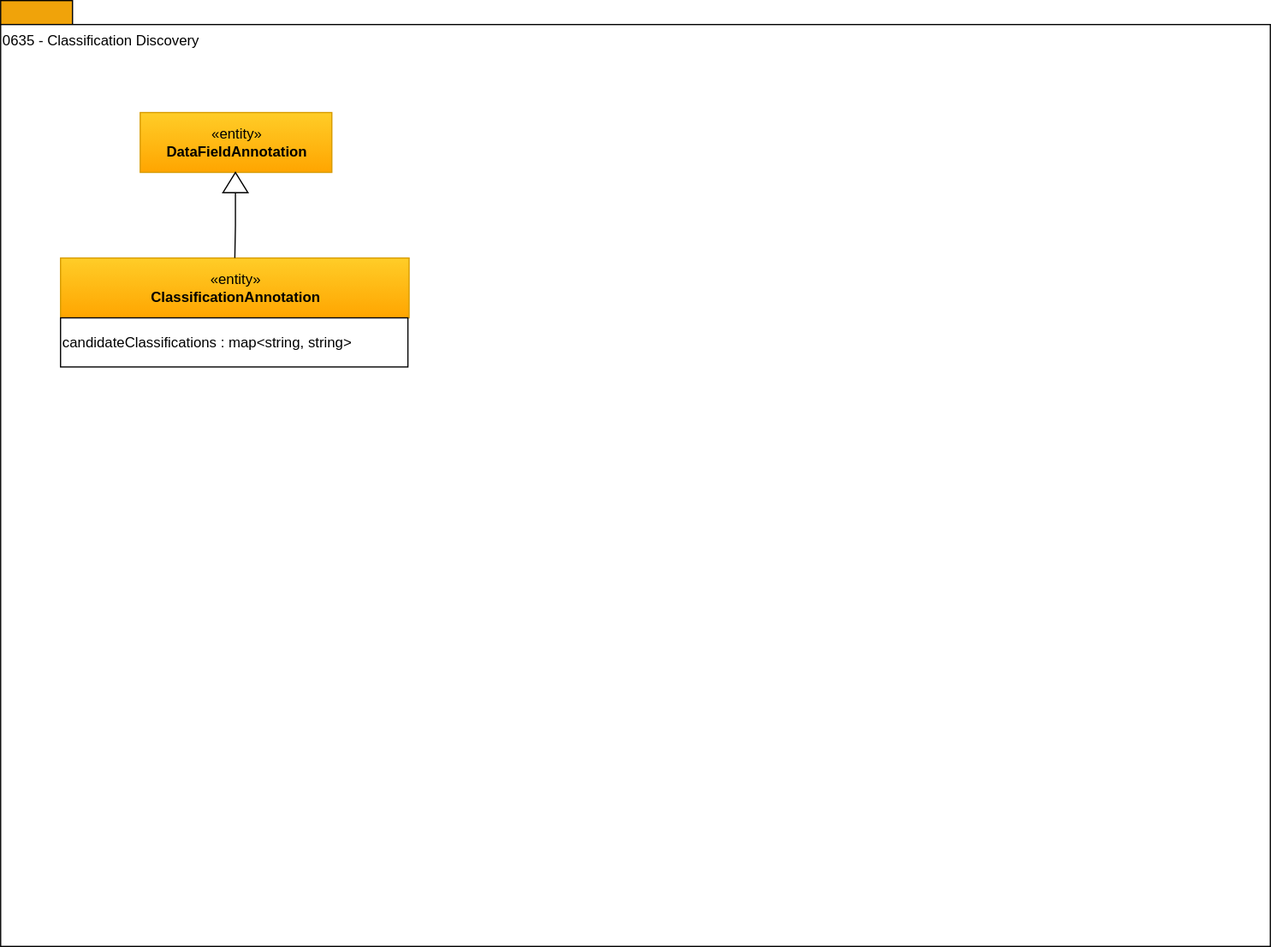
Earlier version of the draw.io export site/docs/types/6/0635-Classification-Discovery.svg (odpi/egeria-docs). Source tidied: cells renumbered, new cells last; positions are measured from the earlier drawing's top-left corner, leaving out a move shared by most shapes.
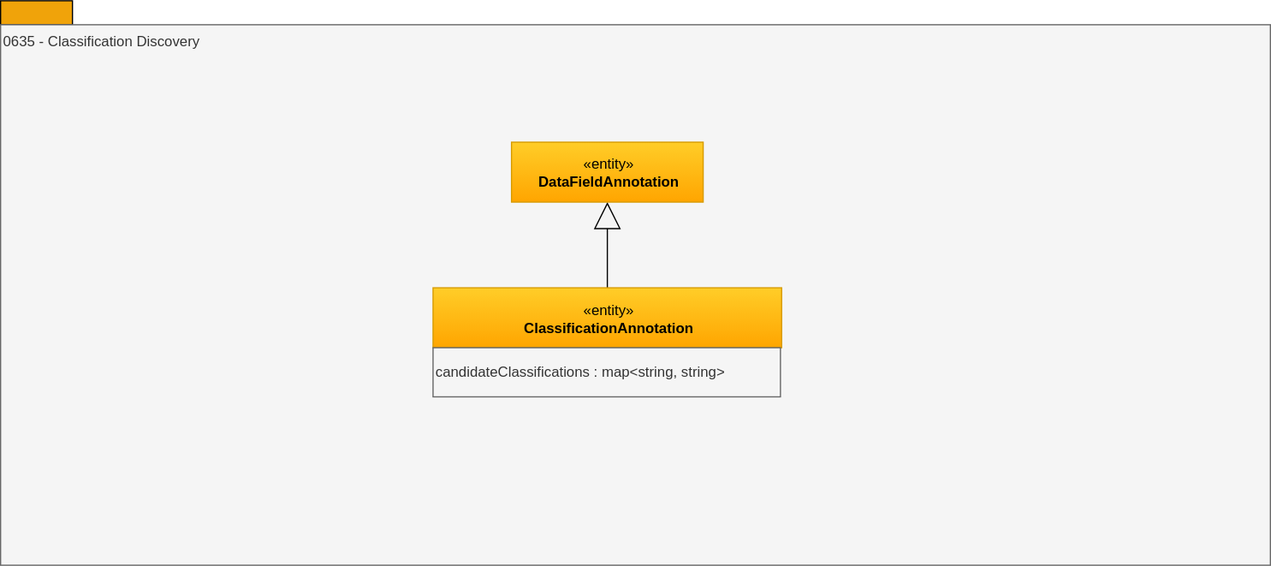
The same file after the commit.

Diff of the diagram source:
```diff
@@ -5,23 +5,20 @@
     <mxCell id="2" style="rounded=0;whiteSpace=wrap;html=1;align=left;fillColor=#f0a30a;strokeColor=#000000;fontColor=#ffffff;" parent="1" vertex="1">
       <mxGeometry width="60" height="20" as="geometry" />
     </mxCell>
-    <mxCell id="3" value="0635 - Classification Discovery" style="rounded=0;whiteSpace=wrap;html=1;align=left;verticalAlign=top;" parent="1" vertex="1">
-      <mxGeometry y="20" width="1060" height="770" as="geometry" />
+    <mxCell id="3" value="0635 - Classification Discovery" style="rounded=0;whiteSpace=wrap;html=1;align=left;verticalAlign=top;fillColor=#f5f5f5;fontColor=#333333;strokeColor=#666666;" parent="1" vertex="1">
+      <mxGeometry y="20" width="1060" height="451" as="geometry" />
     </mxCell>
-    <mxCell id="4" value="«entity»&lt;br&gt;&lt;b&gt;ClassificationAnnotation&lt;/b&gt;" style="html=1;strokeColor=#d79b00;align=center;fillColor=#ffcd28;gradientColor=#ffa500;" parent="1" vertex="1">
-      <mxGeometry x="50" y="215" width="291" height="50" as="geometry" />
+    <mxCell id="4" style="edgeStyle=orthogonalEdgeStyle;rounded=0;jettySize=auto;html=1;exitX=0.5;exitY=0;exitDx=0;exitDy=0;entryX=0.5;entryY=1;entryDx=0;entryDy=0;endArrow=block;endFill=0;endSize=20;" parent="1" edge="1" source="5" target="7">
+      <mxGeometry relative="1" as="geometry" />
     </mxCell>
-    <mxCell id="5" value="candidateClassifications : map&amp;lt;string, string&amp;gt;&lt;br&gt;" style="rounded=0;whiteSpace=wrap;html=1;strokeColor=#000000;gradientColor=#ffffff;align=left;" parent="1" vertex="1">
-      <mxGeometry x="50" y="265" width="290" height="41" as="geometry" />
+    <mxCell id="5" value="«entity»&lt;br&gt;&lt;b&gt;ClassificationAnnotation&lt;/b&gt;" style="html=1;strokeColor=#d79b00;align=center;fillColor=#ffcd28;gradientColor=#ffa500;" parent="1" vertex="1">
+      <mxGeometry x="361" y="239.5" width="291" height="50" as="geometry" />
     </mxCell>
-    <mxCell id="6" style="edgeStyle=orthogonalEdgeStyle;rounded=0;html=1;endArrow=none;endFill=0;jettySize=auto;exitX=0;exitY=0.5;" parent="1" edge="1" source="8" target="4">
-      <mxGeometry relative="1" as="geometry" />
+    <mxCell id="6" value="candidateClassifications : map&amp;lt;string, string&amp;gt;&lt;br&gt;" style="rounded=0;whiteSpace=wrap;html=1;strokeColor=#666666;align=left;fillColor=#f5f5f5;fontColor=#333333;" parent="1" vertex="1">
+      <mxGeometry x="361" y="289.5" width="290" height="41" as="geometry" />
     </mxCell>
     <mxCell id="7" value="«entity»&lt;br&gt;&lt;b&gt;DataFieldAnnotation&lt;/b&gt;" style="html=1;strokeColor=#d79b00;align=center;fillColor=#ffcd28;gradientColor=#ffa500;" parent="1" vertex="1">
-      <mxGeometry x="116.5" y="93.5" width="160" height="50" as="geometry" />
+      <mxGeometry x="426.5" y="118" width="160" height="50" as="geometry" />
     </mxCell>
-    <mxCell id="8" style="triangle;whiteSpace=wrap;html=1;strokeColor=#000000;gradientColor=#ffffff;align=center;rotation=-90;" parent="1" vertex="1">
-      <mxGeometry x="187.5" y="141.5" width="17" height="21" as="geometry" />
-    </mxCell>
   </root>
 </mxGraphModel>
```
